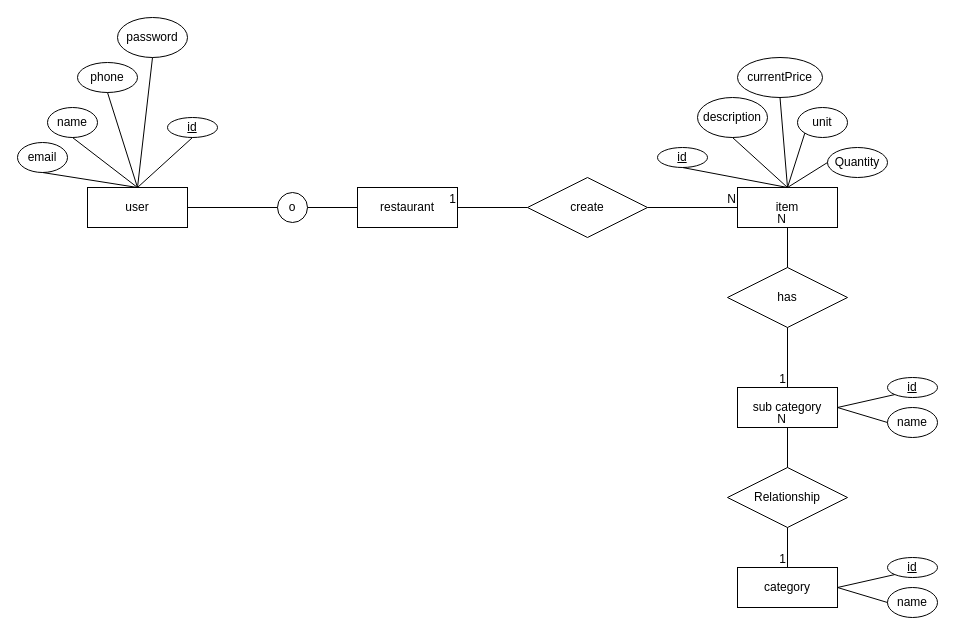
Above: ERD.drawio in MohamedEl-Tabei/Invoice (draw.io), before the change. Source tidied: cells renumbered, new cells numbered last; positions are measured from the earlier drawing's top-left corner, leaving out a move shared by most shapes. Both pictures are drawn from the tidied source at 100%, with x=0, y=0 at pixel (17, 17).
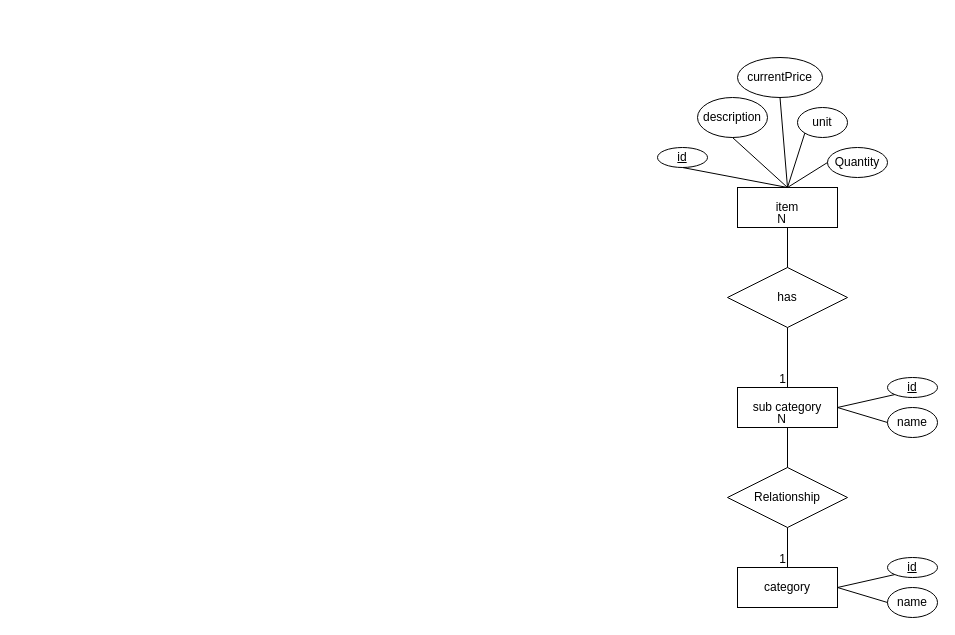
The same diagram, later.

The change refers to these unchanged cells:
```xml
<mxCell id="15" value="item" style="whiteSpace=wrap;html=1;align=center;" parent="1" vertex="1">
  <mxGeometry x="720" y="170" width="100" height="40" as="geometry" />
</mxCell>
```

Diff of the diagram source:
```diff
@@
-    <mxCell id="2" value="restaurant" style="whiteSpace=wrap;html=1;align=center;" parent="1" vertex="1">
-      <mxGeometry x="340" y="170" width="100" height="40" as="geometry" />
-    </mxCell>
-    <mxCell id="3" value="user" style="rounded=0;whiteSpace=wrap;html=1;" parent="1" vertex="1">
-      <mxGeometry x="70" y="170" width="100" height="40" as="geometry" />
-    </mxCell>
-    <mxCell id="4" value="email" style="ellipse;whiteSpace=wrap;html=1;" parent="1" vertex="1">
-      <mxGeometry y="125" width="50" height="30" as="geometry" />
-    </mxCell>
-    <mxCell id="5" value="name" style="ellipse;whiteSpace=wrap;html=1;" parent="1" vertex="1">
-      <mxGeometry x="30" y="90" width="50" height="30" as="geometry" />
-    </mxCell>
-    <mxCell id="6" value="phone" style="ellipse;whiteSpace=wrap;html=1;" parent="1" vertex="1">
-      <mxGeometry x="60" y="45" width="60" height="30" as="geometry" />
-    </mxCell>
-    <mxCell id="7" value="password" style="ellipse;whiteSpace=wrap;html=1;" parent="1" vertex="1">
-      <mxGeometry x="100" width="70" height="40" as="geometry" />
-    </mxCell>
-    <mxCell id="8" style="endArrow=none;html=1;rounded=0;entryX=0.5;entryY=1;entryDx=0;entryDy=0;exitX=0.5;exitY=0;exitDx=0;exitDy=0;" parent="1" edge="1" source="3" target="4">
-      <mxGeometry relative="1" as="geometry" />
-    </mxCell>
-    <mxCell id="9" style="endArrow=none;html=1;rounded=0;entryX=0.5;entryY=0;entryDx=0;entryDy=0;exitX=0.5;exitY=1;exitDx=0;exitDy=0;" parent="1" edge="1" source="5" target="3">
-      <mxGeometry relative="1" as="geometry" />
-    </mxCell>
-    <mxCell id="10" style="endArrow=none;html=1;rounded=0;entryX=0.5;entryY=0;entryDx=0;entryDy=0;exitX=0.5;exitY=1;exitDx=0;exitDy=0;" parent="1" edge="1" source="6" target="3">
-      <mxGeometry relative="1" as="geometry" />
-    </mxCell>
-    <mxCell id="11" style="endArrow=none;html=1;rounded=0;entryX=0.5;entryY=0;entryDx=0;entryDy=0;exitX=0.5;exitY=1;exitDx=0;exitDy=0;" parent="1" edge="1" source="7" target="3">
-      <mxGeometry relative="1" as="geometry" />
-    </mxCell>
-    <mxCell id="12" value="&lt;u&gt;id&lt;/u&gt;" style="ellipse;whiteSpace=wrap;html=1;" parent="1" vertex="1">
-      <mxGeometry x="150" y="100" width="50" height="20" as="geometry" />
-    </mxCell>
-    <mxCell id="13" style="endArrow=none;html=1;rounded=0;entryX=0.5;entryY=1;entryDx=0;entryDy=0;exitX=0.5;exitY=0;exitDx=0;exitDy=0;" parent="1" edge="1" source="3" target="12">
-      <mxGeometry relative="1" as="geometry" />
-    </mxCell>
-    <mxCell id="14" value="create" style="shape=rhombus;perimeter=rhombusPerimeter;whiteSpace=wrap;html=1;align=center;" parent="1" vertex="1">
-      <mxGeometry x="510" y="160" width="120" height="60" as="geometry" />
-    </mxCell>
@@
-    <mxCell id="16" style="endArrow=none;html=1;rounded=0;entryX=0;entryY=0.5;entryDx=0;entryDy=0;exitX=1;exitY=0.5;exitDx=0;exitDy=0;" parent="1" edge="1" source="14" target="15">
-      <mxGeometry relative="1" as="geometry" />
-    </mxCell>
-    <mxCell id="17" value="N" style="html=1;whiteSpace=wrap;align=right;verticalAlign=bottom;" parent="16" vertex="1">
-      <mxGeometry x="1" relative="1" as="geometry" />
-    </mxCell>
@@
-    <mxCell id="48" style="endArrow=none;html=1;rounded=0;exitX=0;exitY=0.5;exitDx=0;exitDy=0;entryX=1;entryY=0.5;entryDx=0;entryDy=0;" parent="1" edge="1" source="14" target="2">
-      <mxGeometry relative="1" as="geometry" />
-    </mxCell>
-    <mxCell id="49" value="1" style="html=1;whiteSpace=wrap;align=right;verticalAlign=bottom;" parent="48" vertex="1">
-      <mxGeometry x="1" relative="1" as="geometry" />
-    </mxCell>
-    <mxCell id="50" value="o" style="ellipse;whiteSpace=wrap;html=1;align=center;" parent="1" vertex="1">
-      <mxGeometry x="260" y="175" width="30" height="30" as="geometry" />
-    </mxCell>
-    <mxCell id="51" style="endArrow=none;html=1;rounded=0;exitX=1;exitY=0.5;exitDx=0;exitDy=0;entryX=0;entryY=0.5;entryDx=0;entryDy=0;" parent="1" edge="1" source="3" target="50">
-      <mxGeometry relative="1" as="geometry" />
-    </mxCell>
-    <mxCell id="52" style="endArrow=none;html=1;rounded=0;entryX=0;entryY=0.5;entryDx=0;entryDy=0;exitX=1;exitY=0.5;exitDx=0;exitDy=0;" parent="1" edge="1" source="50" target="2">
-      <mxGeometry relative="1" as="geometry" />
-    </mxCell>
```
